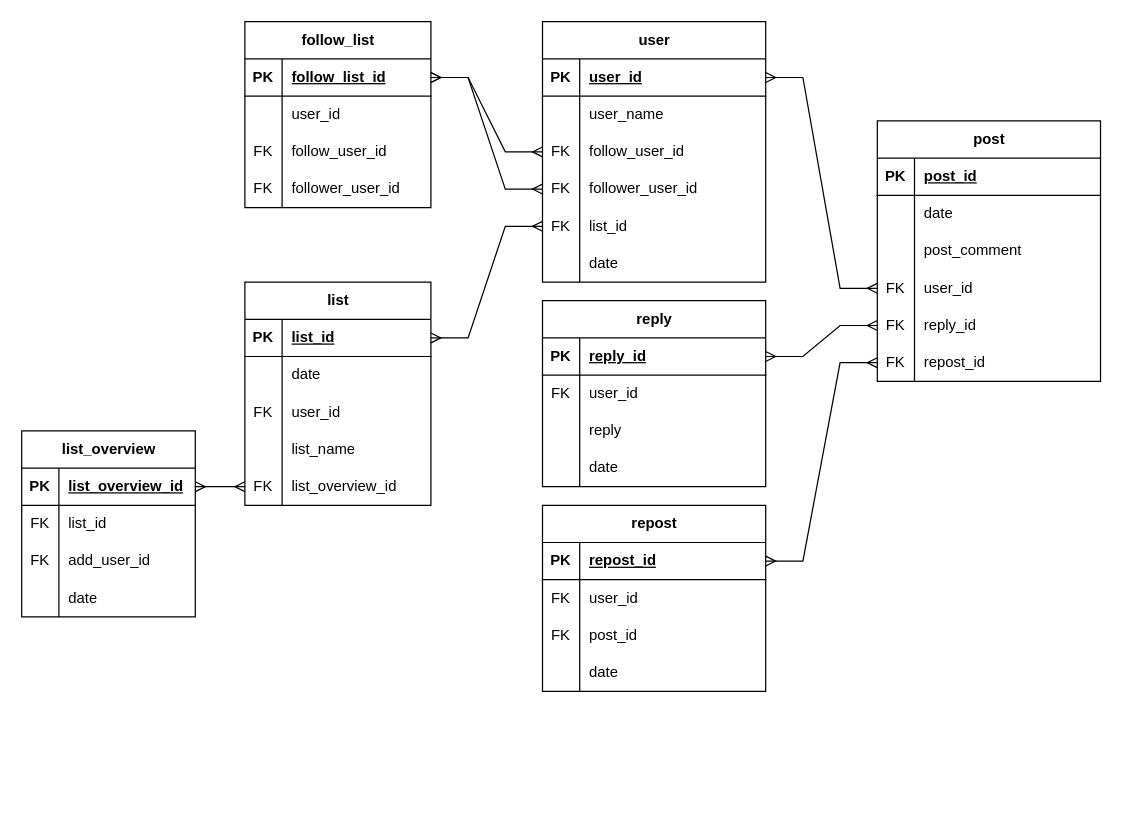
namacosansan/ER keeps this draw.io diagram as X.drawio. Above is the earlier version. Source tidied: cells renumbered, new cells numbered last; positions are measured from the earlier drawing's top-left corner, leaving out a move shared by most shapes. Both pictures are drawn from the tidied source at 124%, with x=0, y=0 at pixel (21, 21).
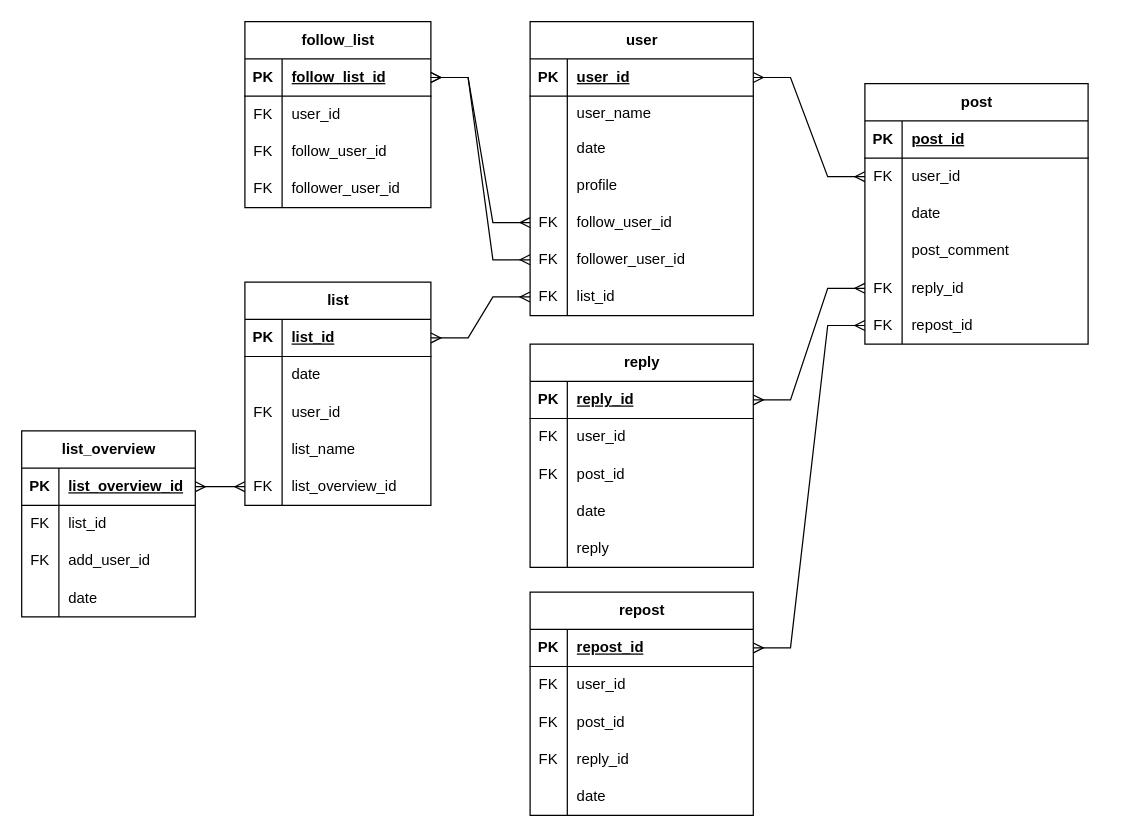
After the change.

Commit message (it also covers changes not shown here):
X.drawio を更新します

The change refers to these unchanged cells:
```xml
<mxCell id="80" style="shape=tableRow;horizontal=0;startSize=0;swimlaneHead=0;swimlaneBody=0;fillColor=none;top=0;left=0;right=0;bottom=0;" parent="76" vertex="1">
  <mxGeometry y="60" width="150" height="30" as="geometry" />
</mxCell>
```

The edit, as a diff of the source:
```diff
@@
     <mxCell id="2" value="user" style="shape=table;startSize=30;childLayout=tableLayout;rowLines=0;fontStyle=1;align=center;html=1;" parent="1" vertex="1">
-      <mxGeometry x="420" width="180" height="210" as="geometry" />
+      <mxGeometry x="410" width="180" height="237" as="geometry" />
     </mxCell>
@@
     <mxCell id="6" style="shape=tableRow;horizontal=0;startSize=0;swimlaneHead=0;swimlaneBody=0;fillColor=none;top=0;left=0;right=0;bottom=0;" parent="2" vertex="1">
-      <mxGeometry y="60" width="180" height="30" as="geometry" />
+      <mxGeometry y="60" width="180" height="27" as="geometry" />
     </mxCell>
     <mxCell id="7" style="shape=partialRectangle;fillColor=none;top=0;left=0;bottom=0;right=0;overflow=hidden;whiteSpace=wrap;html=1;" parent="6" vertex="1">
-      <mxGeometry width="30" height="30" as="geometry" />
+      <mxGeometry width="30" height="27" as="geometry" />
     </mxCell>
     <mxCell id="8" value="user_name" style="shape=partialRectangle;fillColor=none;top=0;left=0;bottom=0;right=0;align=left;spacingLeft=6;overflow=hidden;whiteSpace=wrap;html=1;" parent="6" vertex="1">
-      <mxGeometry x="30" width="150" height="30" as="geometry" />
+      <mxGeometry x="30" width="150" height="27" as="geometry" />
     </mxCell>
+    <mxCell id="18" style="shape=tableRow;horizontal=0;startSize=0;swimlaneHead=0;swimlaneBody=0;fillColor=none;top=0;left=0;right=0;bottom=0;" parent="2" vertex="1">
+      <mxGeometry y="87" width="180" height="30" as="geometry" />
+    </mxCell>
+    <mxCell id="19" style="shape=partialRectangle;fillColor=none;top=0;left=0;bottom=0;right=0;overflow=hidden;whiteSpace=wrap;html=1;" parent="18" vertex="1">
+      <mxGeometry width="30" height="30" as="geometry" />
+    </mxCell>
+    <mxCell id="20" value="date" style="shape=partialRectangle;fillColor=none;top=0;left=0;bottom=0;right=0;align=left;spacingLeft=6;overflow=hidden;whiteSpace=wrap;html=1;" parent="18" vertex="1">
+      <mxGeometry x="30" width="150" height="30" as="geometry" />
+    </mxCell>
+    <mxCell id="115" style="shape=tableRow;horizontal=0;startSize=0;swimlaneHead=0;swimlaneBody=0;fillColor=none;top=0;left=0;right=0;bottom=0;" parent="2" vertex="1">
+      <mxGeometry y="117" width="180" height="30" as="geometry" />
+    </mxCell>
+    <mxCell id="116" style="shape=partialRectangle;fillColor=none;top=0;left=0;bottom=0;right=0;overflow=hidden;whiteSpace=wrap;html=1;" parent="115" vertex="1">
+      <mxGeometry width="30" height="30" as="geometry" />
+    </mxCell>
+    <mxCell id="117" value="profile" style="shape=partialRectangle;fillColor=none;top=0;left=0;bottom=0;right=0;align=left;spacingLeft=6;overflow=hidden;whiteSpace=wrap;html=1;" parent="115" vertex="1">
+      <mxGeometry x="30" width="150" height="30" as="geometry" />
+    </mxCell>
     <mxCell id="9" style="shape=tableRow;horizontal=0;startSize=0;swimlaneHead=0;swimlaneBody=0;fillColor=none;points=[[0,0.5],[1,0.5]];portConstraint=eastwest;top=0;left=0;right=0;bottom=0;" parent="2" vertex="1">
-      <mxGeometry y="90" width="180" height="30" as="geometry" />
+      <mxGeometry y="147" width="180" height="30" as="geometry" />
     </mxCell>
@@
     <mxCell id="12" style="shape=tableRow;horizontal=0;startSize=0;swimlaneHead=0;swimlaneBody=0;fillColor=none;points=[[0,0.5],[1,0.5]];portConstraint=eastwest;top=0;left=0;right=0;bottom=0;" parent="2" vertex="1">
-      <mxGeometry y="120" width="180" height="30" as="geometry" />
+      <mxGeometry y="177" width="180" height="30" as="geometry" />
     </mxCell>
@@
     <mxCell id="15" style="shape=tableRow;horizontal=0;startSize=0;swimlaneHead=0;swimlaneBody=0;fillColor=none;points=[[0,0.5],[1,0.5]];portConstraint=eastwest;top=0;left=0;right=0;bottom=0;" parent="2" vertex="1">
-      <mxGeometry y="150" width="180" height="30" as="geometry" />
+      <mxGeometry y="207" width="180" height="30" as="geometry" />
     </mxCell>
@@
-    <mxCell id="18" style="shape=tableRow;horizontal=0;startSize=0;swimlaneHead=0;swimlaneBody=0;fillColor=none;top=0;left=0;right=0;bottom=0;" parent="2" vertex="1">
-      <mxGeometry y="180" width="180" height="30" as="geometry" />
-    </mxCell>
-    <mxCell id="19" style="shape=partialRectangle;fillColor=none;top=0;left=0;bottom=0;right=0;overflow=hidden;whiteSpace=wrap;html=1;" parent="18" vertex="1">
-      <mxGeometry width="30" height="30" as="geometry" />
-    </mxCell>
-    <mxCell id="20" value="date" style="shape=partialRectangle;fillColor=none;top=0;left=0;bottom=0;right=0;align=left;spacingLeft=6;overflow=hidden;whiteSpace=wrap;html=1;" parent="18" vertex="1">
-      <mxGeometry x="30" width="150" height="30" as="geometry" />
-    </mxCell>
     <mxCell id="21" value="reply" style="shape=table;startSize=30;childLayout=tableLayout;rowLines=0;fontStyle=1;align=center;html=1;" parent="1" vertex="1">
-      <mxGeometry x="420" y="225" width="180" height="150" as="geometry" />
+      <mxGeometry x="410" y="260" width="180" height="180" as="geometry" />
     </mxCell>
@@
+    <mxCell id="118" style="shape=tableRow;horizontal=0;startSize=0;swimlaneHead=0;swimlaneBody=0;fillColor=none;top=0;left=0;right=0;bottom=0;" parent="21" vertex="1">
+      <mxGeometry y="90" width="180" height="30" as="geometry" />
+    </mxCell>
+    <mxCell id="119" value="FK" style="shape=partialRectangle;fillColor=none;top=0;left=0;bottom=0;right=0;overflow=hidden;whiteSpace=wrap;html=1;" parent="118" vertex="1">
+      <mxGeometry width="30" height="30" as="geometry" />
+    </mxCell>
+    <mxCell id="120" value="post_id" style="shape=partialRectangle;fillColor=none;top=0;left=0;bottom=0;right=0;align=left;spacingLeft=6;overflow=hidden;whiteSpace=wrap;html=1;" parent="118" vertex="1">
+      <mxGeometry x="30" width="150" height="30" as="geometry" />
+    </mxCell>
+    <mxCell id="31" style="shape=tableRow;horizontal=0;startSize=0;swimlaneHead=0;swimlaneBody=0;fillColor=none;top=0;left=0;right=0;bottom=0;" parent="21" vertex="1">
+      <mxGeometry y="120" width="180" height="30" as="geometry" />
+    </mxCell>
+    <mxCell id="32" style="shape=partialRectangle;fillColor=none;top=0;left=0;bottom=0;right=0;overflow=hidden;whiteSpace=wrap;html=1;" parent="31" vertex="1">
+      <mxGeometry width="30" height="30" as="geometry" />
+    </mxCell>
+    <mxCell id="33" value="date" style="shape=partialRectangle;fillColor=none;top=0;left=0;bottom=0;right=0;align=left;spacingLeft=6;overflow=hidden;whiteSpace=wrap;html=1;" parent="31" vertex="1">
+      <mxGeometry x="30" width="150" height="30" as="geometry" />
+    </mxCell>
     <mxCell id="28" style="shape=tableRow;horizontal=0;startSize=0;swimlaneHead=0;swimlaneBody=0;fillColor=none;top=0;left=0;right=0;bottom=0;" parent="21" vertex="1">
-      <mxGeometry y="90" width="180" height="30" as="geometry" />
+      <mxGeometry y="150" width="180" height="30" as="geometry" />
     </mxCell>
@@
-    <mxCell id="31" style="shape=tableRow;horizontal=0;startSize=0;swimlaneHead=0;swimlaneBody=0;fillColor=none;top=0;left=0;right=0;bottom=0;" parent="21" vertex="1">
-      <mxGeometry y="120" width="180" height="30" as="geometry" />
-    </mxCell>
-    <mxCell id="32" style="shape=partialRectangle;fillColor=none;top=0;left=0;bottom=0;right=0;overflow=hidden;whiteSpace=wrap;html=1;" parent="31" vertex="1">
-      <mxGeometry width="30" height="30" as="geometry" />
-    </mxCell>
-    <mxCell id="33" value="date" style="shape=partialRectangle;fillColor=none;top=0;left=0;bottom=0;right=0;align=left;spacingLeft=6;overflow=hidden;whiteSpace=wrap;html=1;" parent="31" vertex="1">
-      <mxGeometry x="30" width="150" height="30" as="geometry" />
-    </mxCell>
     <mxCell id="34" value="repost" style="shape=table;startSize=30;childLayout=tableLayout;rowLines=0;fontStyle=1;align=center;html=1;" parent="1" vertex="1">
-      <mxGeometry x="420" y="390" width="180" height="150" as="geometry" />
+      <mxGeometry x="410" y="460" width="180" height="180" as="geometry" />
     </mxCell>
@@
+    <mxCell id="121" style="shape=tableRow;horizontal=0;startSize=0;swimlaneHead=0;swimlaneBody=0;fillColor=none;top=0;left=0;right=0;bottom=0;" parent="34" vertex="1">
+      <mxGeometry y="120" width="180" height="30" as="geometry" />
+    </mxCell>
+    <mxCell id="122" value="FK" style="shape=partialRectangle;fillColor=none;top=0;left=0;bottom=0;right=0;overflow=hidden;whiteSpace=wrap;html=1;" parent="121" vertex="1">
+      <mxGeometry width="30" height="30" as="geometry" />
+    </mxCell>
+    <mxCell id="123" value="reply_id" style="shape=partialRectangle;fillColor=none;top=0;left=0;bottom=0;right=0;align=left;spacingLeft=6;overflow=hidden;whiteSpace=wrap;html=1;" parent="121" vertex="1">
+      <mxGeometry x="30" width="150" height="30" as="geometry" />
+    </mxCell>
     <mxCell id="44" style="shape=tableRow;horizontal=0;startSize=0;swimlaneHead=0;swimlaneBody=0;fillColor=none;top=0;left=0;right=0;bottom=0;" parent="34" vertex="1">
-      <mxGeometry y="120" width="180" height="30" as="geometry" />
+      <mxGeometry y="150" width="180" height="30" as="geometry" />
     </mxCell>
@@
-    <mxCell id="81" style="shape=partialRectangle;fillColor=none;top=0;left=0;bottom=0;right=0;overflow=hidden;whiteSpace=wrap;html=1;" parent="80" vertex="1">
+    <mxCell id="81" value="FK" style="shape=partialRectangle;fillColor=none;top=0;left=0;bottom=0;right=0;overflow=hidden;whiteSpace=wrap;html=1;" parent="80" vertex="1">
       <mxGeometry width="30" height="30" as="geometry" />
     </mxCell>
@@
     <mxCell id="89" value="post" style="shape=table;startSize=30;childLayout=tableLayout;rowLines=0;fontStyle=1;align=center;html=1;" parent="1" vertex="1">
-      <mxGeometry x="690" y="80" width="180" height="210" as="geometry" />
+      <mxGeometry x="680" y="50" width="180" height="210" as="geometry" />
     </mxCell>
@@
+    <mxCell id="99" style="shape=tableRow;horizontal=0;startSize=0;swimlaneHead=0;swimlaneBody=0;fillColor=none;points=[[0,0.5],[1,0.5]];portConstraint=eastwest;top=0;left=0;right=0;bottom=0;" parent="89" vertex="1">
+      <mxGeometry y="60" width="180" height="30" as="geometry" />
+    </mxCell>
+    <mxCell id="100" value="FK" style="shape=partialRectangle;fillColor=none;top=0;left=0;bottom=0;right=0;overflow=hidden;whiteSpace=wrap;html=1;" parent="99" vertex="1">
+      <mxGeometry width="30" height="30" as="geometry" />
+    </mxCell>
+    <mxCell id="101" value="user_id" style="shape=partialRectangle;fillColor=none;top=0;left=0;bottom=0;right=0;align=left;spacingLeft=6;overflow=hidden;whiteSpace=wrap;html=1;" parent="99" vertex="1">
+      <mxGeometry x="30" width="150" height="30" as="geometry" />
+    </mxCell>
     <mxCell id="93" style="shape=tableRow;horizontal=0;startSize=0;swimlaneHead=0;swimlaneBody=0;fillColor=none;top=0;left=0;right=0;bottom=0;" parent="89" vertex="1">
-      <mxGeometry y="60" width="180" height="30" as="geometry" />
+      <mxGeometry y="90" width="180" height="30" as="geometry" />
     </mxCell>
@@
     <mxCell id="96" style="shape=tableRow;horizontal=0;startSize=0;swimlaneHead=0;swimlaneBody=0;fillColor=none;top=0;left=0;right=0;bottom=0;" parent="89" vertex="1">
-      <mxGeometry y="90" width="180" height="30" as="geometry" />
+      <mxGeometry y="120" width="180" height="30" as="geometry" />
     </mxCell>
@@
-    <mxCell id="99" style="shape=tableRow;horizontal=0;startSize=0;swimlaneHead=0;swimlaneBody=0;fillColor=none;points=[[0,0.5],[1,0.5]];portConstraint=eastwest;top=0;left=0;right=0;bottom=0;" parent="89" vertex="1">
-      <mxGeometry y="120" width="180" height="30" as="geometry" />
-    </mxCell>
-    <mxCell id="100" value="FK" style="shape=partialRectangle;fillColor=none;top=0;left=0;bottom=0;right=0;overflow=hidden;whiteSpace=wrap;html=1;" parent="99" vertex="1">
-      <mxGeometry width="30" height="30" as="geometry" />
-    </mxCell>
-    <mxCell id="101" value="user_id" style="shape=partialRectangle;fillColor=none;top=0;left=0;bottom=0;right=0;align=left;spacingLeft=6;overflow=hidden;whiteSpace=wrap;html=1;" parent="99" vertex="1">
-      <mxGeometry x="30" width="150" height="30" as="geometry" />
-    </mxCell>
```
